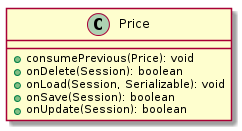
This is elmma/elmma-model/diagrams/de.elmma.model.Price.png from swillrich/eimma, a PlantUML export, as it was before one commit.
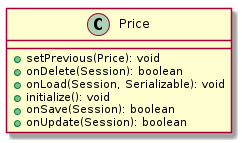
The same diagram one commit later.

What changed in the source:
```diff
@@ -2,9 +2,10 @@
 
     class Price {
         [[../../../de/elmma/model/Price.html]]
-        +consumePrevious(Price): void
+        +setPrevious(Price): void
         +onDelete(Session): boolean
         +onLoad(Session, Serializable): void
+        +initialize(): void
         +onSave(Session): boolean
         +onUpdate(Session): boolean
     }
```
